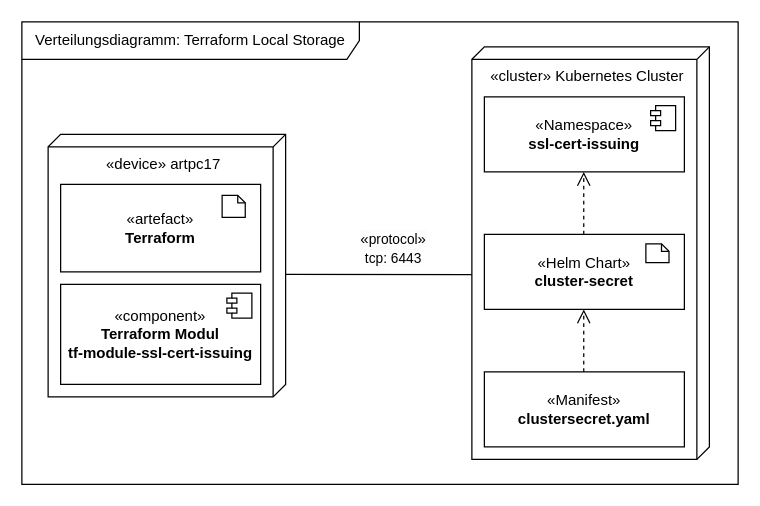
pogii123/drawio-charts keeps this draw.io diagram as uni-bsc/dd-terraform-localstorage.drawio. Above is the earlier version. Source tidied: cells renumbered, new cells numbered last; positions are measured from the earlier drawing's top-left corner, leaving out a move shared by most shapes. Both pictures are drawn from the tidied source at 125%, with x=0, y=0 at pixel (21, 21).
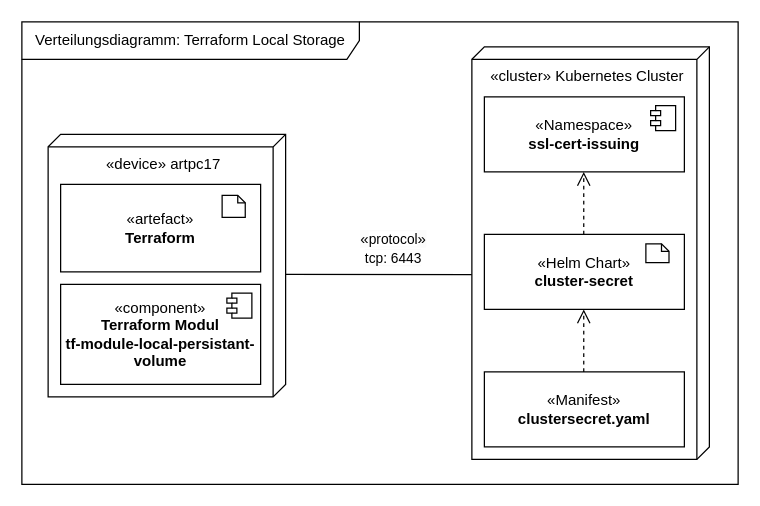
After the change.

The edit, as a diff of the source:
```diff
@@
-    <mxCell id="3" value="«component»&lt;br&gt;&lt;b&gt;Terraform Modul&lt;br&gt;tf-module-ssl-cert-issuing&lt;/b&gt;" style="html=1;whiteSpace=wrap;" parent="1" vertex="1">
+    <mxCell id="3" value="«component»&lt;br&gt;&lt;b&gt;Terraform Modul&lt;br&gt;tf-module-local-persistant-volume&lt;/b&gt;" style="html=1;whiteSpace=wrap;" parent="1" vertex="1">
       <mxGeometry x="31" y="210" width="160" height="80" as="geometry" />
     </mxCell>
```
